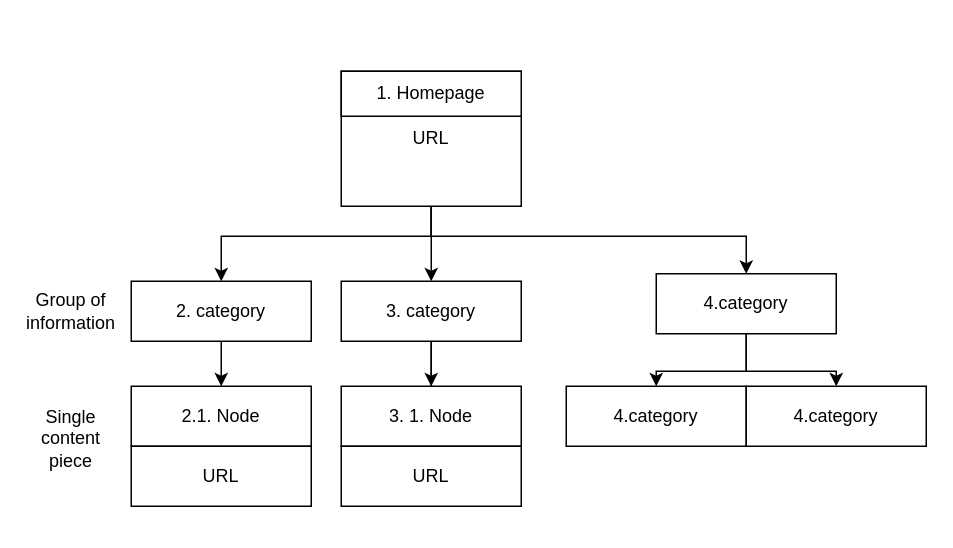
Before: Untitled Diagram.drawio in ridlees/IA, a draw.io diagram. Source tidied: cells renumbered, new cells numbered last; positions are measured from the earlier drawing's top-left corner, leaving out a move shared by most shapes. Both pictures are drawn from the tidied source at 150%, with x=0, y=0 at pixel (26, 70).
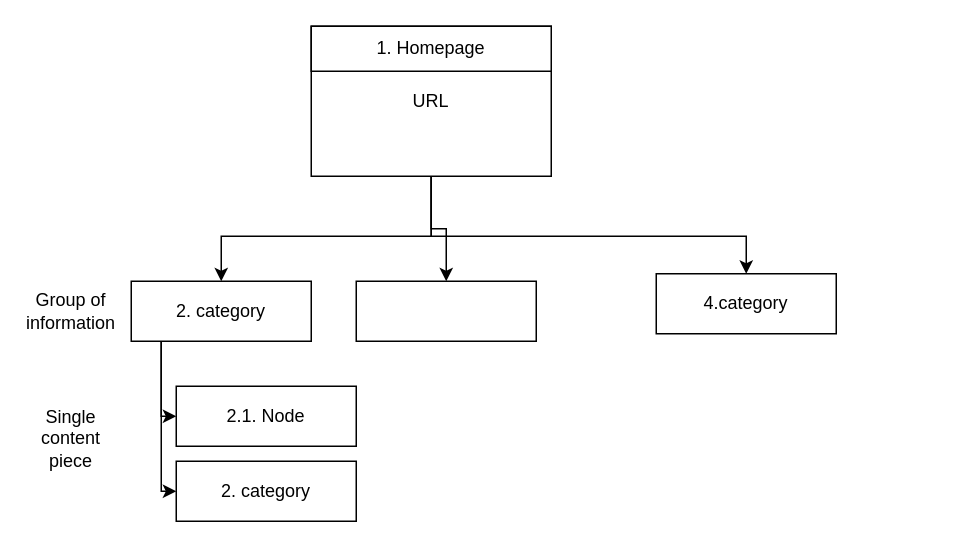
After the change.

The change refers to these unchanged cells:
```xml
<mxCell id="8" value="2. category" style="rounded=0;whiteSpace=wrap;html=1;" parent="1" vertex="1">
  <mxGeometry x="70" y="140" width="120" height="40" as="geometry" />
</mxCell>
<mxCell id="17" value="4.category" style="rounded=0;whiteSpace=wrap;html=1;" parent="1" vertex="1">
  <mxGeometry x="420" y="135" width="120" height="40" as="geometry" />
</mxCell>
```

Diff of the diagram source:
```diff
@@
     <mxCell id="5" value="URL" style="rounded=0;whiteSpace=wrap;html=1;" parent="1" vertex="1">
-      <mxGeometry x="210" width="120" height="90" as="geometry" />
+      <mxGeometry x="190" y="-30" width="160" height="100" as="geometry" />
     </mxCell>
     <mxCell id="6" value="1. Homepage" style="rounded=0;whiteSpace=wrap;html=1;" parent="1" vertex="1">
-      <mxGeometry x="210" width="120" height="30" as="geometry" />
+      <mxGeometry x="190" y="-30" width="160" height="30" as="geometry" />
     </mxCell>
-    <mxCell id="7" style="edgeStyle=orthogonalEdgeStyle;rounded=0;jettySize=auto;html=1;entryX=0.5;entryY=0;entryDx=0;entryDy=0;" parent="1" edge="1" source="8" target="10">
-      <mxGeometry relative="1" as="geometry" />
+    <mxCell id="7" style="edgeStyle=orthogonalEdgeStyle;rounded=0;jettySize=auto;html=1;entryX=0;entryY=0.5;entryDx=0;entryDy=0;" parent="1" edge="1" source="8" target="10">
+      <mxGeometry relative="1" as="geometry">
+        <Array as="points">
+          <mxPoint x="90" y="230" />
+        </Array>
+      </mxGeometry>
     </mxCell>
+    <mxCell id="25" style="edgeStyle=orthogonalEdgeStyle;rounded=0;jettySize=auto;html=1;" parent="1" edge="1" source="8" target="26">
+      <mxGeometry relative="1" as="geometry">
+        <Array as="points">
+          <mxPoint x="90" y="200" />
+          <mxPoint x="90" y="200" />
+        </Array>
+      </mxGeometry>
+    </mxCell>
@@
-    <mxCell id="9" style="edgeStyle=orthogonalEdgeStyle;rounded=0;jettySize=auto;html=1;" parent="1" edge="1" source="10" target="24">
-      <mxGeometry relative="1" as="geometry" />
-    </mxCell>
     <mxCell id="10" value="2.1. Node" style="rounded=0;whiteSpace=wrap;html=1;" parent="1" vertex="1">
-      <mxGeometry x="70" y="210" width="120" height="40" as="geometry" />
+      <mxGeometry x="100" y="210" width="120" height="40" as="geometry" />
     </mxCell>
@@
-    <mxCell id="13" style="edgeStyle=orthogonalEdgeStyle;rounded=0;jettySize=auto;html=1;" parent="1" edge="1" source="14" target="19">
-      <mxGeometry relative="1" as="geometry" />
-    </mxCell>
-    <mxCell id="14" value="3. category" style="rounded=0;whiteSpace=wrap;html=1;" parent="1" vertex="1">
-      <mxGeometry x="210" y="140" width="120" height="40" as="geometry" />
+    <mxCell id="14" style="rounded=0;whiteSpace=wrap;html=1;" parent="1" vertex="1">
+      <mxGeometry x="220" y="140" width="120" height="40" as="geometry" />
     </mxCell>
-    <mxCell id="15" style="edgeStyle=orthogonalEdgeStyle;rounded=0;jettySize=auto;html=1;" parent="1" edge="1" source="17" target="22">
-      <mxGeometry relative="1" as="geometry">
-        <Array as="points">
-          <mxPoint x="480" y="200" />
-          <mxPoint x="420" y="200" />
-        </Array>
-      </mxGeometry>
-    </mxCell>
-    <mxCell id="16" style="edgeStyle=orthogonalEdgeStyle;rounded=0;jettySize=auto;html=1;" parent="1" edge="1" source="17" target="23">
-      <mxGeometry relative="1" as="geometry">
-        <Array as="points">
-          <mxPoint x="480" y="200" />
-          <mxPoint x="540" y="200" />
-        </Array>
-      </mxGeometry>
-    </mxCell>
@@
-    <mxCell id="18" style="edgeStyle=orthogonalEdgeStyle;rounded=0;jettySize=auto;html=1;" parent="1" edge="1" source="19" target="21">
-      <mxGeometry relative="1" as="geometry" />
-    </mxCell>
-    <mxCell id="19" value="3. 1. Node" style="rounded=0;whiteSpace=wrap;html=1;" parent="1" vertex="1">
-      <mxGeometry x="210" y="210" width="120" height="40" as="geometry" />
-    </mxCell>
-    <mxCell id="20" style="edgeStyle=orthogonalEdgeStyle;rounded=0;jettySize=auto;html=1;endArrow=none;" parent="1" edge="1" source="14" target="19">
-      <mxGeometry relative="1" as="geometry" />
-    </mxCell>
-    <mxCell id="21" value="URL" style="rounded=0;whiteSpace=wrap;html=1;" parent="1" vertex="1">
-      <mxGeometry x="210" y="250" width="120" height="40" as="geometry" />
-    </mxCell>
-    <mxCell id="22" value="4.category" style="rounded=0;whiteSpace=wrap;html=1;" parent="1" vertex="1">
-      <mxGeometry x="360" y="210" width="120" height="40" as="geometry" />
-    </mxCell>
-    <mxCell id="23" value="4.category" style="rounded=0;whiteSpace=wrap;html=1;" parent="1" vertex="1">
-      <mxGeometry x="480" y="210" width="120" height="40" as="geometry" />
-    </mxCell>
-    <mxCell id="24" value="URL" style="rounded=0;whiteSpace=wrap;html=1;" parent="1" vertex="1">
-      <mxGeometry x="70" y="250" width="120" height="40" as="geometry" />
-    </mxCell>
+    <mxCell id="26" value="2. category" style="rounded=0;whiteSpace=wrap;html=1;" parent="1" vertex="1">
+      <mxGeometry x="100" y="260" width="120" height="40" as="geometry" />
+    </mxCell>
```
